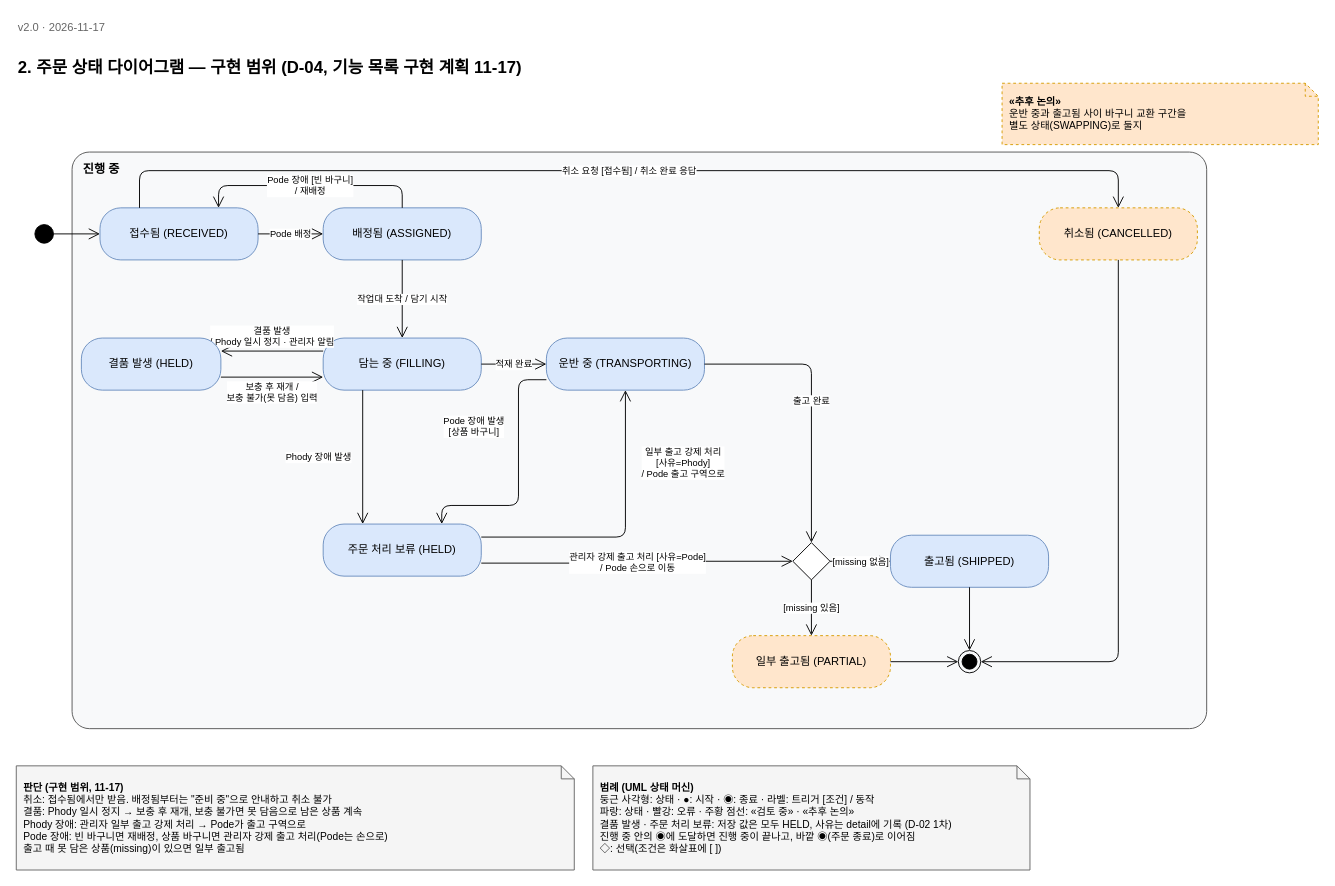
Earlier version of the draw.io diagram page "2. 주문" (3 of 14) of design/diagrams/IFP_다이어그램.drawio (addinedu-roscamp-16th/roscamp-repo-2). Source tidied: cells renumbered, new cells numbered last; positions are measured from the earlier drawing's top-left corner, leaving out a move shared by most shapes. Both pictures are drawn from the tidied source at 93%, with x=0, y=0 at pixel (16, 16).
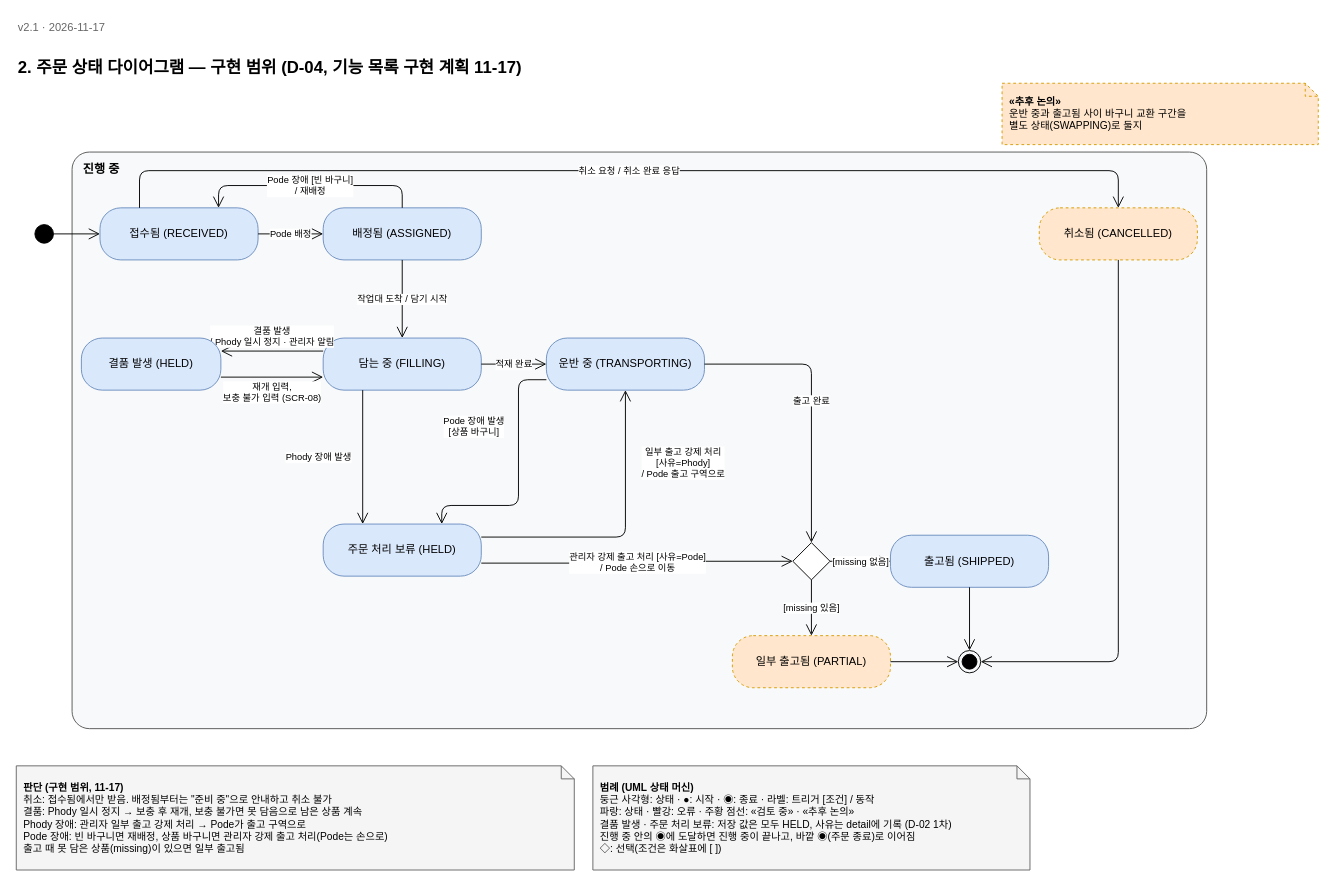
After the change.

Unchanged cells that the change refers to:
```xml
<mxCell id="5" value="접수됨 (RECEIVED)" style="rounded=1;arcSize=40;whiteSpace=wrap;html=1;fillColor=#dae8fc;strokeColor=#6c8ebf;fontSize=12;" parent="1" vertex="1">
  <mxGeometry x="90" y="206" width="170" height="56" as="geometry" />
</mxCell>
<mxCell id="7" value="담는 중 (FILLING)" style="rounded=1;arcSize=40;whiteSpace=wrap;html=1;fillColor=#dae8fc;strokeColor=#6c8ebf;fontSize=12;" parent="1" vertex="1">
  <mxGeometry x="330" y="346" width="170" height="56" as="geometry" />
</mxCell>
<mxCell id="24" value="결품 발생 (HELD)" style="rounded=1;arcSize=40;whiteSpace=wrap;html=1;fillColor=#dae8fc;strokeColor=#6c8ebf;fontSize=12;" parent="1" vertex="1">
  <mxGeometry x="70" y="346" width="150" height="56" as="geometry" />
</mxCell>
<mxCell id="25" value="취소됨 (CANCELLED)" style="rounded=1;arcSize=40;whiteSpace=wrap;html=1;fillColor=#ffe6cc;strokeColor=#d79b00;dashed=1;fontSize=12;" parent="1" vertex="1">
  <mxGeometry x="1100" y="206" width="170" height="56" as="geometry" />
</mxCell>
```

The edit, as a diff of the source:
```diff
@@
-    <mxCell id="19" value="보충 후 재개 /&lt;br&gt;보충 불가(못 담음) 입력" style="edgeStyle=orthogonalEdgeStyle;rounded=1;html=1;endArrow=open;endSize=10;fontSize=10;labelBackgroundColor=#ffffff;exitX=1;exitY=0.75;exitDx=0;exitDy=0;entryX=0;entryY=0.75;entryDx=0;entryDy=0;" parent="1" edge="1" source="24" target="7">
+    <mxCell id="19" value="재개 입력,&lt;br&gt;보충 불가 입력 (SCR-08)" style="edgeStyle=orthogonalEdgeStyle;rounded=1;html=1;endArrow=open;endSize=10;fontSize=10;labelBackgroundColor=#ffffff;exitX=1;exitY=0.75;exitDx=0;exitDy=0;entryX=0;entryY=0.75;entryDx=0;entryDy=0;" parent="1" edge="1" source="24" target="7">
       <mxGeometry relative="1" as="geometry">
         <mxPoint y="16" as="offset" />
       </mxGeometry>
     </mxCell>
@@
-    <mxCell id="27" value="v2.0 · 2026-11-17" style="text;html=1;fontSize=12;fontColor=#666666;align=left;verticalAlign=middle;" parent="1" vertex="1">
+    <mxCell id="27" value="v2.1 · 2026-11-17" style="text;html=1;fontSize=12;fontColor=#666666;align=left;verticalAlign=middle;" parent="1" vertex="1">
       <mxGeometry width="200" height="24" as="geometry" />
     </mxCell>
@@
-    <mxCell id="29" value="취소 요청 [접수됨] / 취소 완료 응답" style="edgeStyle=orthogonalEdgeStyle;rounded=1;html=1;endArrow=open;endSize=10;fontSize=10;labelBackgroundColor=#ffffff;exitX=0.25;exitY=0;exitDx=0;exitDy=0;entryX=0.5;entryY=0;entryDx=0;entryDy=0;" parent="1" edge="1" source="5" target="25">
+    <mxCell id="29" value="취소 요청 / 취소 완료 응답" style="edgeStyle=orthogonalEdgeStyle;rounded=1;html=1;endArrow=open;endSize=10;fontSize=10;labelBackgroundColor=#ffffff;exitX=0.25;exitY=0;exitDx=0;exitDy=0;entryX=0.5;entryY=0;entryDx=0;entryDy=0;" parent="1" edge="1" source="5" target="25">
       <mxGeometry relative="1" as="geometry">
         <Array as="points">
           <mxPoint x="132.5" y="166" />
           <mxPoint x="1185" y="166" />
         </Array>
       </mxGeometry>
     </mxCell>
```
